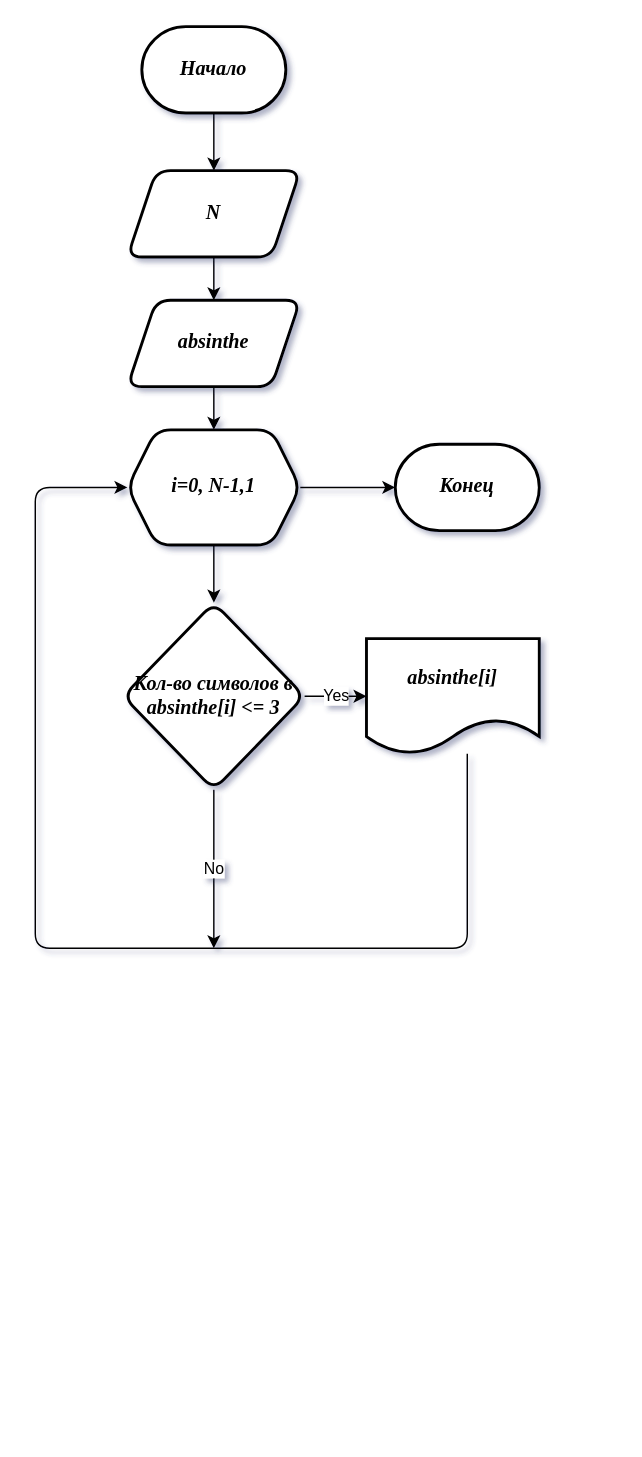
This is Test.drawio from Mukurria/Test, a draw.io file, before an edit. Source tidied: cells renumbered, new cells numbered last; positions are measured from the earlier drawing's top-left corner, leaving out a move shared by most shapes. Both pictures are drawn from the tidied source at 144%, with x=0, y=0 at pixel (35, 26).
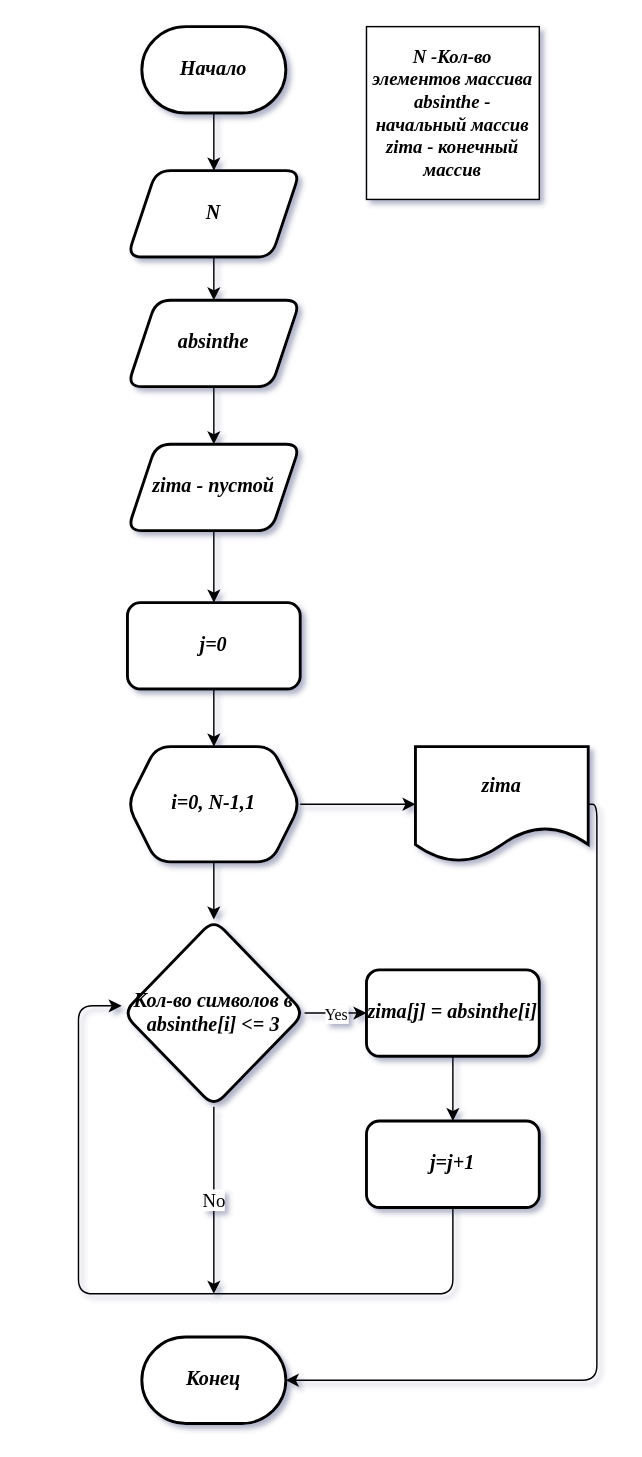
The same diagram, later.

Unchanged cells that the change refers to:
```xml
<mxCell id="5" value="N" style="shape=parallelogram;perimeter=parallelogramPerimeter;whiteSpace=wrap;html=1;fixedSize=1;strokeWidth=2;fontFamily=Times New Roman;fontStyle=3;fontSize=14;rounded=1;" parent="1" vertex="1">
  <mxGeometry x="64" y="100" width="120" height="60" as="geometry" />
</mxCell>
<mxCell id="7" value="absinthe" style="shape=parallelogram;perimeter=parallelogramPerimeter;whiteSpace=wrap;html=1;fixedSize=1;rounded=1;fontFamily=Times New Roman;fontSize=14;fontStyle=3;strokeWidth=2;" parent="1" vertex="1">
  <mxGeometry x="64" y="190" width="120" height="60" as="geometry" />
</mxCell>
```

Change to the diagram source:
```diff
@@
-    <mxCell id="4" style="edgeStyle=orthogonalEdgeStyle;rounded=0;jettySize=auto;html=1;" parent="1" edge="1" source="5" target="7">
+    <mxCell id="4" style="edgeStyle=orthogonalEdgeStyle;rounded=0;jettySize=auto;html=1;fontFamily=Times New Roman;" parent="1" edge="1" source="5" target="7">
       <mxGeometry relative="1" as="geometry" />
     </mxCell>
@@
-    <mxCell id="6" style="edgeStyle=orthogonalEdgeStyle;rounded=0;jettySize=auto;html=1;" parent="1" edge="1" source="7" target="10">
-      <mxGeometry relative="1" as="geometry" />
-    </mxCell>
+    <mxCell id="17" style="edgeStyle=orthogonalEdgeStyle;rounded=1;jettySize=auto;html=1;fontFamily=Times New Roman;" parent="1" edge="1" source="7" target="24">
+      <mxGeometry relative="1" as="geometry" />
+    </mxCell>
@@
-    <mxCell id="8" style="edgeStyle=orthogonalEdgeStyle;rounded=0;jettySize=auto;html=1;" parent="1" edge="1" source="10" target="13">
+    <mxCell id="8" style="edgeStyle=orthogonalEdgeStyle;rounded=0;jettySize=auto;html=1;fontFamily=Times New Roman;" parent="1" edge="1" source="10" target="13">
       <mxGeometry relative="1" as="geometry" />
     </mxCell>
-    <mxCell id="9" style="edgeStyle=orthogonalEdgeStyle;rounded=1;jettySize=auto;html=1;entryX=0;entryY=0.5;entryDx=0;entryDy=0;entryPerimeter=0;" parent="1" edge="1" source="10" target="16">
-      <mxGeometry relative="1" as="geometry" />
-    </mxCell>
+    <mxCell id="18" style="edgeStyle=orthogonalEdgeStyle;rounded=1;jettySize=auto;html=1;fontFamily=Times New Roman;fontSize=13;" parent="1" edge="1" source="10" target="29">
+      <mxGeometry relative="1" as="geometry" />
+    </mxCell>
     <mxCell id="10" value="i=0, N-1,1" style="shape=hexagon;perimeter=hexagonPerimeter2;whiteSpace=wrap;html=1;fixedSize=1;rounded=1;fontFamily=Times New Roman;fontSize=14;fontStyle=3;strokeWidth=2;" parent="1" vertex="1">
-      <mxGeometry x="64" y="280" width="120" height="80" as="geometry" />
+      <mxGeometry x="64" y="500" width="120" height="80" as="geometry" />
     </mxCell>
-    <mxCell id="11" value="Yes" style="edgeStyle=orthogonalEdgeStyle;rounded=0;jettySize=auto;html=1;" parent="1" edge="1" source="13" target="15">
-      <mxGeometry relative="1" as="geometry" />
+    <mxCell id="11" value="Yes" style="edgeStyle=orthogonalEdgeStyle;rounded=0;jettySize=auto;html=1;fontFamily=Times New Roman;" parent="1" edge="1" source="13">
+      <mxGeometry relative="1" as="geometry">
+        <mxPoint x="230" y="685" as="targetPoint" />
+      </mxGeometry>
     </mxCell>
-    <mxCell id="12" value="No" style="edgeStyle=orthogonalEdgeStyle;rounded=1;jettySize=auto;html=1;" parent="1" edge="1" source="13">
+    <mxCell id="12" value="No" style="edgeStyle=orthogonalEdgeStyle;rounded=1;jettySize=auto;html=1;fontFamily=Times New Roman;fontSize=13;" parent="1" edge="1" source="13">
       <mxGeometry relative="1" as="geometry">
-        <mxPoint x="124" y="640" as="targetPoint" />
+        <mxPoint x="124" y="880" as="targetPoint" />
       </mxGeometry>
     </mxCell>
     <mxCell id="13" value="&lt;div&gt;Кол-во символов в&lt;/div&gt;&lt;div&gt;absinthe[i] &amp;lt;= 3&lt;/div&gt;" style="rhombus;whiteSpace=wrap;html=1;rounded=1;fontFamily=Times New Roman;fontSize=14;fontStyle=3;strokeWidth=2;" parent="1" vertex="1">
-      <mxGeometry x="61" y="400" width="126" height="130" as="geometry" />
+      <mxGeometry x="61" y="620" width="126" height="130" as="geometry" />
     </mxCell>
-    <mxCell id="14" style="edgeStyle=orthogonalEdgeStyle;rounded=1;jettySize=auto;html=1;entryX=0;entryY=0.5;entryDx=0;entryDy=0;" parent="1" edge="1" source="15" target="10">
-      <mxGeometry relative="1" as="geometry">
-        <Array as="points">
-          <mxPoint x="300" y="640" />
-          <mxPoint y="640" />
-          <mxPoint y="320" />
-        </Array>
-      </mxGeometry>
-    </mxCell>
-    <mxCell id="15" value="absinthe[i]" style="shape=document;whiteSpace=wrap;html=1;boundedLbl=1;rounded=1;fontFamily=Times New Roman;fontSize=14;fontStyle=3;strokeWidth=2;" parent="1" vertex="1">
-      <mxGeometry x="230" y="425" width="120" height="80" as="geometry" />
-    </mxCell>
     <mxCell id="16" value="Конец" style="strokeWidth=2;html=1;shape=mxgraph.flowchart.terminator;whiteSpace=wrap;fontFamily=Times New Roman;fontStyle=3;fontSize=14;" parent="1" vertex="1">
-      <mxGeometry x="250" y="290" width="100" height="60" as="geometry" />
+      <mxGeometry x="74" y="910" width="100" height="60" as="geometry" />
     </mxCell>
+    <mxCell id="19" style="edgeStyle=orthogonalEdgeStyle;rounded=1;jettySize=auto;html=1;entryX=0.5;entryY=0;entryDx=0;entryDy=0;fontFamily=Times New Roman;" parent="1" edge="1" source="20" target="10">
+      <mxGeometry relative="1" as="geometry" />
+    </mxCell>
+    <mxCell id="20" value="j=0" style="whiteSpace=wrap;html=1;rounded=1;fontFamily=Times New Roman;fontSize=14;fontStyle=3;strokeWidth=2;" parent="1" vertex="1">
+      <mxGeometry x="64" y="400" width="120" height="60" as="geometry" />
+    </mxCell>
+    <mxCell id="21" style="edgeStyle=orthogonalEdgeStyle;rounded=1;jettySize=auto;html=1;fontFamily=Times New Roman;fontSize=13;" parent="1" edge="1" source="22" target="27">
+      <mxGeometry relative="1" as="geometry" />
+    </mxCell>
+    <mxCell id="22" value="zima[j] = absinthe[i]" style="whiteSpace=wrap;html=1;rounded=1;fontFamily=Times New Roman;fontSize=14;fontStyle=3;strokeWidth=2;" parent="1" vertex="1">
+      <mxGeometry x="230" y="655" width="120" height="60" as="geometry" />
+    </mxCell>
+    <mxCell id="23" style="edgeStyle=orthogonalEdgeStyle;rounded=1;jettySize=auto;html=1;fontFamily=Times New Roman;fontSize=13;" parent="1" edge="1" source="24" target="20">
+      <mxGeometry relative="1" as="geometry" />
+    </mxCell>
+    <mxCell id="24" value="zima - пустой" style="shape=parallelogram;perimeter=parallelogramPerimeter;whiteSpace=wrap;html=1;fixedSize=1;rounded=1;fontFamily=Times New Roman;fontSize=14;fontStyle=3;strokeWidth=2;" parent="1" vertex="1">
+      <mxGeometry x="64" y="290" width="120" height="60" as="geometry" />
+    </mxCell>
+    <mxCell id="25" value="&lt;div style=&quot;font-size: 13px;&quot;&gt;N -Кол-во элементов массива&lt;/div&gt;&lt;div style=&quot;font-size: 13px;&quot;&gt;absinthe - начальный массив&lt;/div&gt;&lt;div style=&quot;font-size: 13px;&quot;&gt;zima - конечный массив&lt;br style=&quot;font-size: 13px;&quot;&gt;&lt;/div&gt;" style="whiteSpace=wrap;html=1;fontFamily=Times New Roman;fontStyle=3;fontSize=13;" parent="1" vertex="1">
+      <mxGeometry x="230" width="120" height="120" as="geometry" />
+    </mxCell>
+    <mxCell id="26" style="edgeStyle=orthogonalEdgeStyle;rounded=1;jettySize=auto;html=1;fontFamily=Times New Roman;fontSize=13;" parent="1" edge="1" source="27">
+      <mxGeometry relative="1" as="geometry">
+        <mxPoint x="60" y="680" as="targetPoint" />
+        <Array as="points">
+          <mxPoint x="290" y="880" />
+          <mxPoint x="30" y="880" />
+          <mxPoint x="30" y="680" />
+        </Array>
+      </mxGeometry>
+    </mxCell>
+    <mxCell id="27" value="j=j+1" style="whiteSpace=wrap;html=1;rounded=1;fontFamily=Times New Roman;fontSize=14;fontStyle=3;strokeWidth=2;" parent="1" vertex="1">
+      <mxGeometry x="230" y="760" width="120" height="60" as="geometry" />
+    </mxCell>
+    <mxCell id="28" style="edgeStyle=orthogonalEdgeStyle;rounded=1;jettySize=auto;html=1;entryX=1;entryY=0.5;entryDx=0;entryDy=0;entryPerimeter=0;fontFamily=Times New Roman;fontSize=13;" parent="1" edge="1" source="29" target="16">
+      <mxGeometry relative="1" as="geometry">
+        <Array as="points">
+          <mxPoint x="390" y="540" />
+          <mxPoint x="390" y="940" />
+        </Array>
+      </mxGeometry>
+    </mxCell>
+    <mxCell id="29" value="zima" style="shape=document;whiteSpace=wrap;html=1;boundedLbl=1;rounded=1;fontFamily=Times New Roman;fontSize=14;fontStyle=3;strokeWidth=2;" parent="1" vertex="1">
+      <mxGeometry x="264" y="500" width="120" height="80" as="geometry" />
+    </mxCell>
```
